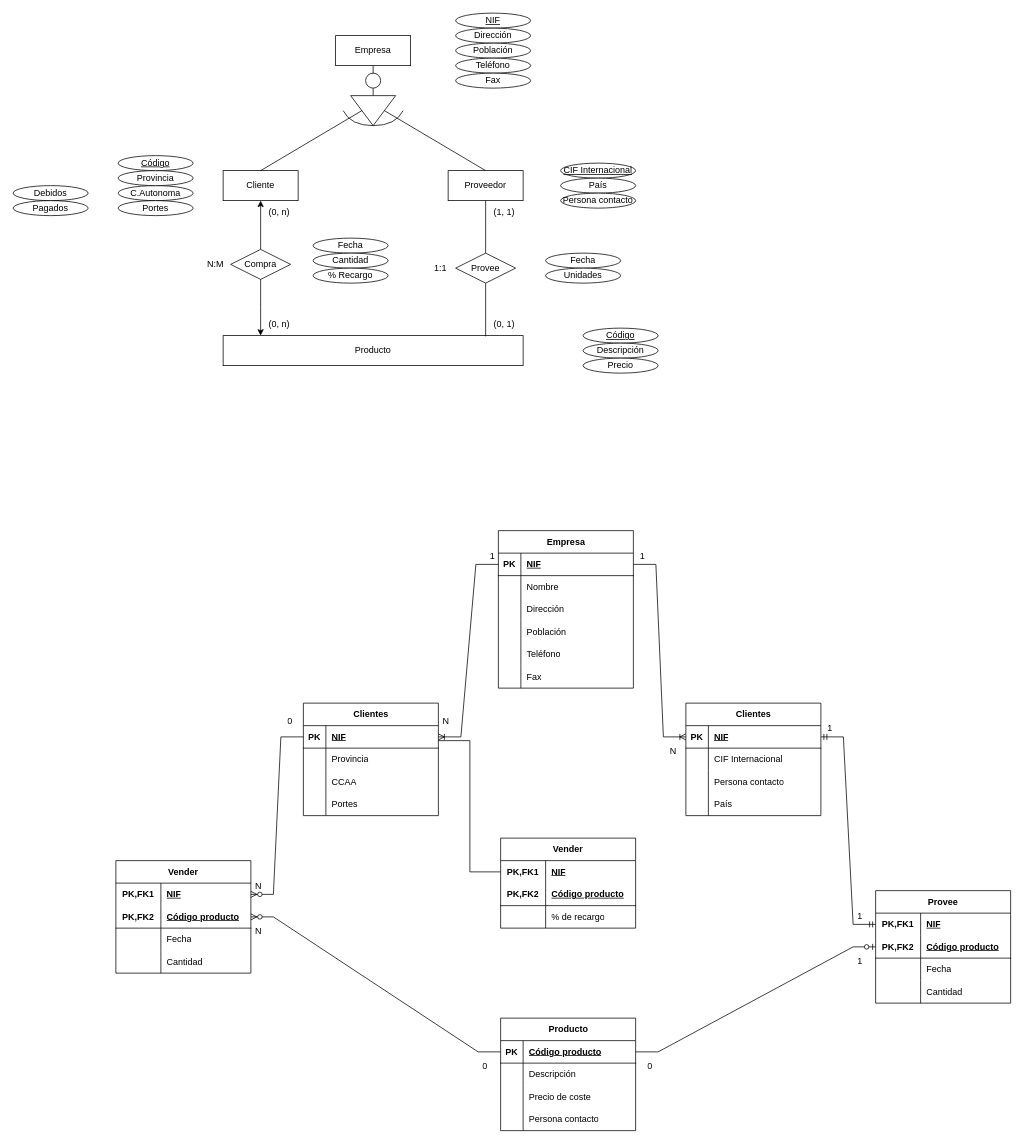
Before: page "Página-3" (3 of 3) of Ejercicios_Repaso.drawio in Lioteronn/erp-diagrams, a draw.io diagram. Source tidied: cells renumbered, new cells numbered last; positions are measured from the earlier drawing's top-left corner, leaving out a move shared by most shapes. Both pictures are drawn from the tidied source at 75%, with x=0, y=0 at pixel (13, 13).
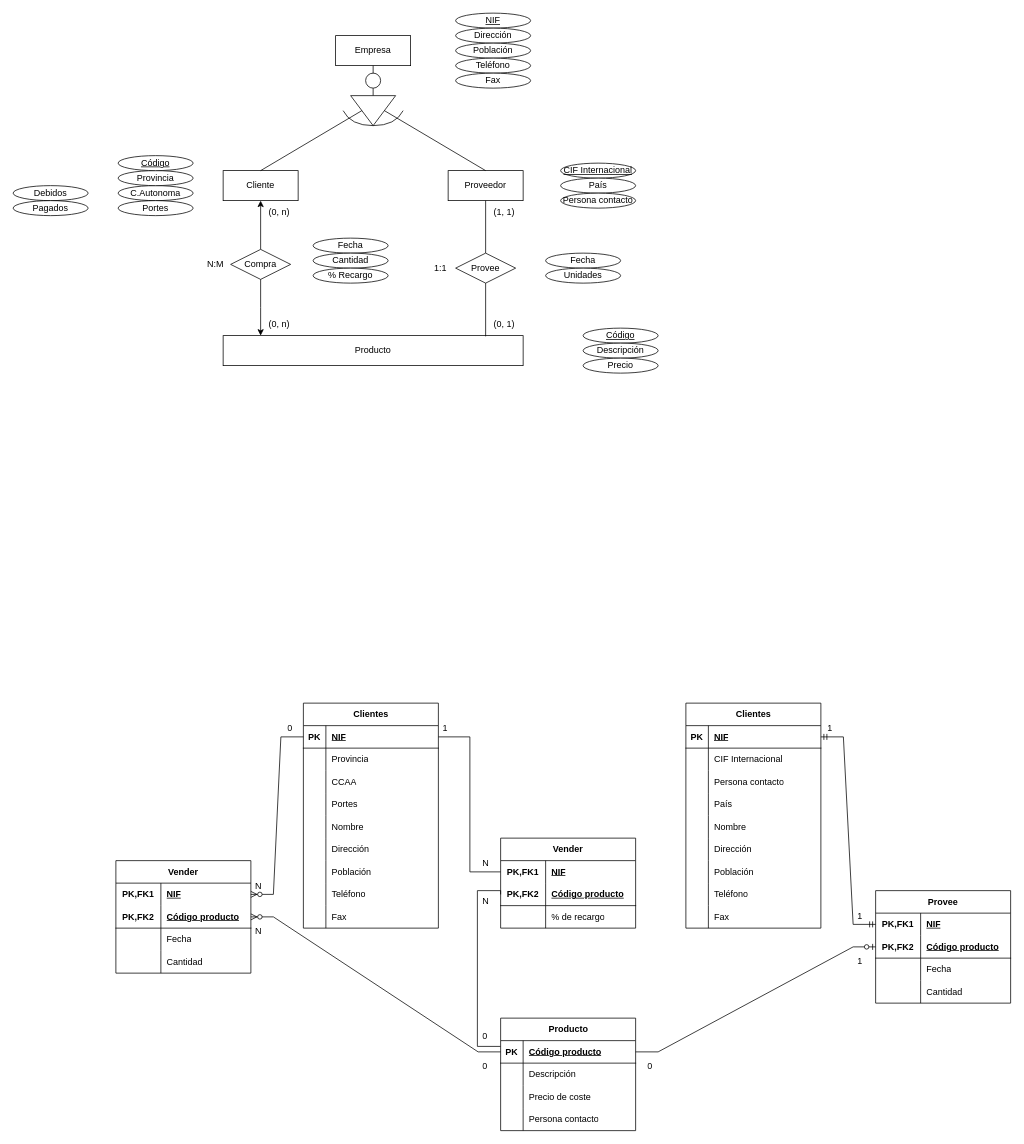
Above is the later version.

The change refers to these unchanged cells:
```xml
<mxCell id="66" style="shape=tableRow;horizontal=0;startSize=0;swimlaneHead=0;swimlaneBody=0;fillColor=none;points=[[0,0.5],[1,0.5]];portConstraint=eastwest;top=0;left=0;right=0;bottom=1;" parent="65" vertex="1">
  <mxGeometry y="30" width="180" height="30" as="geometry" />
</mxCell>
<mxCell id="79" style="shape=tableRow;horizontal=0;startSize=0;swimlaneHead=0;swimlaneBody=0;fillColor=none;points=[[0,0.5],[1,0.5]];portConstraint=eastwest;top=0;left=0;right=0;bottom=1;" parent="78" vertex="1">
  <mxGeometry y="30" width="180" height="30" as="geometry" />
</mxCell>
<mxCell id="94" style="shape=tableRow;horizontal=0;startSize=0;swimlaneHead=0;swimlaneBody=0;fillColor=none;points=[[0,0.5],[1,0.5]];portConstraint=eastwest;top=0;left=0;right=0;bottom=1;" parent="93" vertex="1">
  <mxGeometry y="30" width="180" height="30" as="geometry" />
</mxCell>
<mxCell id="149" style="shape=tableRow;horizontal=0;startSize=0;swimlaneHead=0;swimlaneBody=0;fillColor=none;points=[[0,0.5],[1,0.5]];portConstraint=eastwest;top=0;left=0;right=0;bottom=0;html=1;" parent="148" vertex="1">
  <mxGeometry y="30" width="180" height="30" as="geometry" />
</mxCell>
<mxCell id="152" style="shape=tableRow;horizontal=0;startSize=0;swimlaneHead=0;swimlaneBody=0;fillColor=none;points=[[0,0.5],[1,0.5]];portConstraint=eastwest;top=0;left=0;right=0;bottom=1;html=1;" parent="148" vertex="1">
  <mxGeometry y="60" width="180" height="30" as="geometry" />
</mxCell>
```

What changed in the source:
```diff
@@
-    <mxCell id="46" value="Empresa" style="shape=table;startSize=30;childLayout=tableLayout;rowLines=0;fontStyle=1;align=center;html=1;" parent="1" vertex="1">
-      <mxGeometry x="647" y="690" width="180" height="210" as="geometry" />
-    </mxCell>
-    <mxCell id="47" style="shape=tableRow;horizontal=0;startSize=0;swimlaneHead=0;swimlaneBody=0;fillColor=none;points=[[0,0.5],[1,0.5]];portConstraint=eastwest;top=0;left=0;right=0;bottom=1;" parent="46" vertex="1">
-      <mxGeometry y="30" width="180" height="30" as="geometry" />
-    </mxCell>
-    <mxCell id="48" value="PK" style="shape=partialRectangle;fillColor=none;top=0;left=0;bottom=0;right=0;fontStyle=1;overflow=hidden;whiteSpace=wrap;html=1;" parent="47" vertex="1">
-      <mxGeometry width="30" height="30" as="geometry" />
-    </mxCell>
-    <mxCell id="49" value="NIF" style="shape=partialRectangle;fillColor=none;top=0;left=0;bottom=0;right=0;align=left;spacingLeft=6;fontStyle=5;overflow=hidden;whiteSpace=wrap;html=1;" parent="47" vertex="1">
-      <mxGeometry x="30" width="150" height="30" as="geometry" />
-    </mxCell>
-    <mxCell id="50" style="shape=tableRow;horizontal=0;startSize=0;swimlaneHead=0;swimlaneBody=0;fillColor=none;top=0;left=0;right=0;bottom=0;" parent="46" vertex="1">
-      <mxGeometry y="60" width="180" height="30" as="geometry" />
-    </mxCell>
-    <mxCell id="51" style="shape=partialRectangle;fillColor=none;top=0;left=0;bottom=0;right=0;overflow=hidden;whiteSpace=wrap;html=1;" parent="50" vertex="1">
-      <mxGeometry width="30" height="30" as="geometry" />
-    </mxCell>
-    <mxCell id="52" value="Nombre" style="shape=partialRectangle;fillColor=none;top=0;left=0;bottom=0;right=0;align=left;spacingLeft=6;overflow=hidden;whiteSpace=wrap;html=1;" parent="50" vertex="1">
-      <mxGeometry x="30" width="150" height="30" as="geometry" />
-    </mxCell>
-    <mxCell id="53" style="shape=tableRow;horizontal=0;startSize=0;swimlaneHead=0;swimlaneBody=0;fillColor=none;top=0;left=0;right=0;bottom=0;" parent="46" vertex="1">
-      <mxGeometry y="90" width="180" height="30" as="geometry" />
-    </mxCell>
-    <mxCell id="54" style="shape=partialRectangle;fillColor=none;top=0;left=0;bottom=0;right=0;overflow=hidden;whiteSpace=wrap;html=1;" parent="53" vertex="1">
-      <mxGeometry width="30" height="30" as="geometry" />
-    </mxCell>
-    <mxCell id="55" value="Dirección" style="shape=partialRectangle;fillColor=none;top=0;left=0;bottom=0;right=0;align=left;spacingLeft=6;overflow=hidden;whiteSpace=wrap;html=1;" parent="53" vertex="1">
-      <mxGeometry x="30" width="150" height="30" as="geometry" />
-    </mxCell>
-    <mxCell id="56" style="shape=tableRow;horizontal=0;startSize=0;swimlaneHead=0;swimlaneBody=0;fillColor=none;top=0;left=0;right=0;bottom=0;" parent="46" vertex="1">
-      <mxGeometry y="120" width="180" height="30" as="geometry" />
-    </mxCell>
-    <mxCell id="57" style="shape=partialRectangle;fillColor=none;top=0;left=0;bottom=0;right=0;overflow=hidden;whiteSpace=wrap;html=1;" parent="56" vertex="1">
-      <mxGeometry width="30" height="30" as="geometry" />
-    </mxCell>
-    <mxCell id="58" value="Población" style="shape=partialRectangle;fillColor=none;top=0;left=0;bottom=0;right=0;align=left;spacingLeft=6;overflow=hidden;whiteSpace=wrap;html=1;" parent="56" vertex="1">
-      <mxGeometry x="30" width="150" height="30" as="geometry" />
-    </mxCell>
-    <mxCell id="59" style="shape=tableRow;horizontal=0;startSize=0;swimlaneHead=0;swimlaneBody=0;fillColor=none;top=0;left=0;right=0;bottom=0;" parent="46" vertex="1">
-      <mxGeometry y="150" width="180" height="30" as="geometry" />
-    </mxCell>
-    <mxCell id="60" style="shape=partialRectangle;fillColor=none;top=0;left=0;bottom=0;right=0;overflow=hidden;whiteSpace=wrap;html=1;" parent="59" vertex="1">
-      <mxGeometry width="30" height="30" as="geometry" />
-    </mxCell>
-    <mxCell id="61" value="Teléfono" style="shape=partialRectangle;fillColor=none;top=0;left=0;bottom=0;right=0;align=left;spacingLeft=6;overflow=hidden;whiteSpace=wrap;html=1;" parent="59" vertex="1">
-      <mxGeometry x="30" width="150" height="30" as="geometry" />
-    </mxCell>
-    <mxCell id="62" style="shape=tableRow;horizontal=0;startSize=0;swimlaneHead=0;swimlaneBody=0;fillColor=none;top=0;left=0;right=0;bottom=0;" parent="46" vertex="1">
-      <mxGeometry y="180" width="180" height="30" as="geometry" />
-    </mxCell>
-    <mxCell id="63" style="shape=partialRectangle;fillColor=none;top=0;left=0;bottom=0;right=0;overflow=hidden;whiteSpace=wrap;html=1;" parent="62" vertex="1">
-      <mxGeometry width="30" height="30" as="geometry" />
-    </mxCell>
-    <mxCell id="64" value="Fax" style="shape=partialRectangle;fillColor=none;top=0;left=0;bottom=0;right=0;align=left;spacingLeft=6;overflow=hidden;whiteSpace=wrap;html=1;" parent="62" vertex="1">
-      <mxGeometry x="30" width="150" height="30" as="geometry" />
-    </mxCell>
     <mxCell id="65" value="Clientes" style="shape=table;startSize=30;childLayout=tableLayout;rowLines=0;fontStyle=1;align=center;html=1;" parent="1" vertex="1">
-      <mxGeometry x="387" y="920" width="180" height="150" as="geometry" />
+      <mxGeometry x="387" y="920" width="180" height="300" as="geometry" />
     </mxCell>
@@
+    <mxCell id="159" style="shape=tableRow;horizontal=0;startSize=0;swimlaneHead=0;swimlaneBody=0;fillColor=none;top=0;left=0;right=0;bottom=0;" parent="65" vertex="1">
+      <mxGeometry y="150" width="180" height="30" as="geometry" />
+    </mxCell>
+    <mxCell id="160" style="shape=partialRectangle;fillColor=none;top=0;left=0;bottom=0;right=0;overflow=hidden;whiteSpace=wrap;html=1;" parent="159" vertex="1">
+      <mxGeometry width="30" height="30" as="geometry" />
+    </mxCell>
+    <mxCell id="161" style="shape=partialRectangle;fillColor=none;top=0;left=0;bottom=0;right=0;align=left;spacingLeft=6;overflow=hidden;whiteSpace=wrap;html=1;" parent="159" vertex="1">
+      <mxGeometry x="30" width="150" height="30" as="geometry" />
+    </mxCell>
+    <mxCell id="162" style="shape=tableRow;horizontal=0;startSize=0;swimlaneHead=0;swimlaneBody=0;fillColor=none;top=0;left=0;right=0;bottom=0;" parent="65" vertex="1">
+      <mxGeometry y="180" width="180" height="30" as="geometry" />
+    </mxCell>
+    <mxCell id="163" style="shape=partialRectangle;fillColor=none;top=0;left=0;bottom=0;right=0;overflow=hidden;whiteSpace=wrap;html=1;" parent="162" vertex="1">
+      <mxGeometry width="30" height="30" as="geometry" />
+    </mxCell>
+    <mxCell id="164" style="shape=partialRectangle;fillColor=none;top=0;left=0;bottom=0;right=0;align=left;spacingLeft=6;overflow=hidden;whiteSpace=wrap;html=1;" parent="162" vertex="1">
+      <mxGeometry x="30" width="150" height="30" as="geometry" />
+    </mxCell>
+    <mxCell id="165" style="shape=tableRow;horizontal=0;startSize=0;swimlaneHead=0;swimlaneBody=0;fillColor=none;top=0;left=0;right=0;bottom=0;" parent="65" vertex="1">
+      <mxGeometry y="210" width="180" height="30" as="geometry" />
+    </mxCell>
+    <mxCell id="166" style="shape=partialRectangle;fillColor=none;top=0;left=0;bottom=0;right=0;overflow=hidden;whiteSpace=wrap;html=1;" parent="165" vertex="1">
+      <mxGeometry width="30" height="30" as="geometry" />
+    </mxCell>
+    <mxCell id="167" style="shape=partialRectangle;fillColor=none;top=0;left=0;bottom=0;right=0;align=left;spacingLeft=6;overflow=hidden;whiteSpace=wrap;html=1;" parent="165" vertex="1">
+      <mxGeometry x="30" width="150" height="30" as="geometry" />
+    </mxCell>
+    <mxCell id="168" style="shape=tableRow;horizontal=0;startSize=0;swimlaneHead=0;swimlaneBody=0;fillColor=none;top=0;left=0;right=0;bottom=0;" parent="65" vertex="1">
+      <mxGeometry y="240" width="180" height="30" as="geometry" />
+    </mxCell>
+    <mxCell id="169" style="shape=partialRectangle;fillColor=none;top=0;left=0;bottom=0;right=0;overflow=hidden;whiteSpace=wrap;html=1;" parent="168" vertex="1">
+      <mxGeometry width="30" height="30" as="geometry" />
+    </mxCell>
+    <mxCell id="170" style="shape=partialRectangle;fillColor=none;top=0;left=0;bottom=0;right=0;align=left;spacingLeft=6;overflow=hidden;whiteSpace=wrap;html=1;" parent="168" vertex="1">
+      <mxGeometry x="30" width="150" height="30" as="geometry" />
+    </mxCell>
+    <mxCell id="171" style="shape=tableRow;horizontal=0;startSize=0;swimlaneHead=0;swimlaneBody=0;fillColor=none;top=0;left=0;right=0;bottom=0;" parent="65" vertex="1">
+      <mxGeometry y="270" width="180" height="30" as="geometry" />
+    </mxCell>
+    <mxCell id="172" style="shape=partialRectangle;fillColor=none;top=0;left=0;bottom=0;right=0;overflow=hidden;whiteSpace=wrap;html=1;" parent="171" vertex="1">
+      <mxGeometry width="30" height="30" as="geometry" />
+    </mxCell>
+    <mxCell id="173" style="shape=partialRectangle;fillColor=none;top=0;left=0;bottom=0;right=0;align=left;spacingLeft=6;overflow=hidden;whiteSpace=wrap;html=1;" parent="171" vertex="1">
+      <mxGeometry x="30" width="150" height="30" as="geometry" />
+    </mxCell>
     <mxCell id="78" value="Clientes" style="shape=table;startSize=30;childLayout=tableLayout;rowLines=0;fontStyle=1;align=center;html=1;" parent="1" vertex="1">
-      <mxGeometry x="897" y="920" width="180" height="150" as="geometry" />
+      <mxGeometry x="897" y="920" width="180" height="300" as="geometry" />
     </mxCell>
@@
-    <mxCell id="91" style="edgeStyle=entityRelationEdgeStyle;fontSize=12;html=1;endArrow=ERoneToMany;rounded=0;exitX=1;exitY=0.5;exitDx=0;exitDy=0;entryX=0;entryY=0.5;entryDx=0;entryDy=0;" parent="1" edge="1" source="47" target="79">
-      <mxGeometry relative="1" as="geometry" />
-    </mxCell>
-    <mxCell id="92" style="edgeStyle=entityRelationEdgeStyle;fontSize=12;html=1;endArrow=ERoneToMany;rounded=0;exitX=0;exitY=0.5;exitDx=0;exitDy=0;entryX=1;entryY=0.5;entryDx=0;entryDy=0;" parent="1" edge="1" source="47" target="66">
-      <mxGeometry relative="1" as="geometry" />
-    </mxCell>
+    <mxCell id="174" style="shape=tableRow;horizontal=0;startSize=0;swimlaneHead=0;swimlaneBody=0;fillColor=none;top=0;left=0;right=0;bottom=0;" parent="78" vertex="1">
+      <mxGeometry y="150" width="180" height="30" as="geometry" />
+    </mxCell>
+    <mxCell id="175" style="shape=partialRectangle;fillColor=none;top=0;left=0;bottom=0;right=0;overflow=hidden;whiteSpace=wrap;html=1;" parent="174" vertex="1">
+      <mxGeometry width="30" height="30" as="geometry" />
+    </mxCell>
+    <mxCell id="176" style="shape=partialRectangle;fillColor=none;top=0;left=0;bottom=0;right=0;align=left;spacingLeft=6;overflow=hidden;whiteSpace=wrap;html=1;" parent="174" vertex="1">
+      <mxGeometry x="30" width="150" height="30" as="geometry" />
+    </mxCell>
+    <mxCell id="177" style="shape=tableRow;horizontal=0;startSize=0;swimlaneHead=0;swimlaneBody=0;fillColor=none;top=0;left=0;right=0;bottom=0;" parent="78" vertex="1">
+      <mxGeometry y="180" width="180" height="30" as="geometry" />
+    </mxCell>
+    <mxCell id="178" style="shape=partialRectangle;fillColor=none;top=0;left=0;bottom=0;right=0;overflow=hidden;whiteSpace=wrap;html=1;" parent="177" vertex="1">
+      <mxGeometry width="30" height="30" as="geometry" />
+    </mxCell>
+    <mxCell id="179" style="shape=partialRectangle;fillColor=none;top=0;left=0;bottom=0;right=0;align=left;spacingLeft=6;overflow=hidden;whiteSpace=wrap;html=1;" parent="177" vertex="1">
+      <mxGeometry x="30" width="150" height="30" as="geometry" />
+    </mxCell>
+    <mxCell id="180" style="shape=tableRow;horizontal=0;startSize=0;swimlaneHead=0;swimlaneBody=0;fillColor=none;top=0;left=0;right=0;bottom=0;" parent="78" vertex="1">
+      <mxGeometry y="210" width="180" height="30" as="geometry" />
+    </mxCell>
+    <mxCell id="181" style="shape=partialRectangle;fillColor=none;top=0;left=0;bottom=0;right=0;overflow=hidden;whiteSpace=wrap;html=1;" parent="180" vertex="1">
+      <mxGeometry width="30" height="30" as="geometry" />
+    </mxCell>
+    <mxCell id="182" style="shape=partialRectangle;fillColor=none;top=0;left=0;bottom=0;right=0;align=left;spacingLeft=6;overflow=hidden;whiteSpace=wrap;html=1;" parent="180" vertex="1">
+      <mxGeometry x="30" width="150" height="30" as="geometry" />
+    </mxCell>
+    <mxCell id="183" style="shape=tableRow;horizontal=0;startSize=0;swimlaneHead=0;swimlaneBody=0;fillColor=none;top=0;left=0;right=0;bottom=0;" parent="78" vertex="1">
+      <mxGeometry y="240" width="180" height="30" as="geometry" />
+    </mxCell>
+    <mxCell id="184" style="shape=partialRectangle;fillColor=none;top=0;left=0;bottom=0;right=0;overflow=hidden;whiteSpace=wrap;html=1;" parent="183" vertex="1">
+      <mxGeometry width="30" height="30" as="geometry" />
+    </mxCell>
+    <mxCell id="185" style="shape=partialRectangle;fillColor=none;top=0;left=0;bottom=0;right=0;align=left;spacingLeft=6;overflow=hidden;whiteSpace=wrap;html=1;" parent="183" vertex="1">
+      <mxGeometry x="30" width="150" height="30" as="geometry" />
+    </mxCell>
+    <mxCell id="186" style="shape=tableRow;horizontal=0;startSize=0;swimlaneHead=0;swimlaneBody=0;fillColor=none;top=0;left=0;right=0;bottom=0;" parent="78" vertex="1">
+      <mxGeometry y="270" width="180" height="30" as="geometry" />
+    </mxCell>
+    <mxCell id="187" style="shape=partialRectangle;fillColor=none;top=0;left=0;bottom=0;right=0;overflow=hidden;whiteSpace=wrap;html=1;" parent="186" vertex="1">
+      <mxGeometry width="30" height="30" as="geometry" />
+    </mxCell>
+    <mxCell id="188" style="shape=partialRectangle;fillColor=none;top=0;left=0;bottom=0;right=0;align=left;spacingLeft=6;overflow=hidden;whiteSpace=wrap;html=1;" parent="186" vertex="1">
+      <mxGeometry x="30" width="150" height="30" as="geometry" />
+    </mxCell>
@@
-    <mxCell id="136" value="1" style="text;strokeColor=none;fillColor=none;spacingLeft=4;spacingRight=4;overflow=hidden;fontSize=12;whiteSpace=wrap;html=1;" parent="1" vertex="1">
-      <mxGeometry x="830" y="710" width="40" height="30" as="geometry" />
-    </mxCell>
-    <mxCell id="137" value="N" style="text;strokeColor=none;fillColor=none;spacingLeft=4;spacingRight=4;overflow=hidden;fontSize=12;whiteSpace=wrap;html=1;" parent="1" vertex="1">
-      <mxGeometry x="870" y="970" width="40" height="30" as="geometry" />
-    </mxCell>
-    <mxCell id="138" value="N" style="text;strokeColor=none;fillColor=none;spacingLeft=4;spacingRight=4;overflow=hidden;fontSize=12;whiteSpace=wrap;html=1;" parent="1" vertex="1">
-      <mxGeometry x="567" y="930" width="40" height="30" as="geometry" />
-    </mxCell>
-    <mxCell id="139" value="1" style="text;strokeColor=none;fillColor=none;spacingLeft=4;spacingRight=4;overflow=hidden;fontSize=12;whiteSpace=wrap;html=1;" parent="1" vertex="1">
-      <mxGeometry x="630" y="710" width="40" height="30" as="geometry" />
-    </mxCell>
@@
     <mxCell id="147" value="0" style="text;strokeColor=none;fillColor=none;spacingLeft=4;spacingRight=4;overflow=hidden;fontSize=12;whiteSpace=wrap;html=1;" parent="1" vertex="1">
-      <mxGeometry x="360" y="930" width="40" height="30" as="geometry" />
+      <mxGeometry x="360" y="940" width="40" height="30" as="geometry" />
     </mxCell>
@@
-    <mxCell id="158" style="edgeStyle=orthogonalEdgeStyle;rounded=0;jettySize=auto;html=1;entryX=0;entryY=0.5;entryDx=0;entryDy=0;endArrow=none;endFill=0;" parent="1" edge="1" source="66" target="149">
+    <mxCell id="158" style="edgeStyle=orthogonalEdgeStyle;rounded=0;jettySize=auto;html=1;entryX=0;entryY=0.5;entryDx=0;entryDy=0;endArrow=none;endFill=0;exitX=1;exitY=0.5;exitDx=0;exitDy=0;" parent="1" edge="1" source="66" target="149">
       <mxGeometry relative="1" as="geometry">
         <Array as="points">
-          <mxPoint x="609" y="970" />
+          <mxPoint x="609" y="965" />
           <mxPoint x="609" y="1145" />
         </Array>
       </mxGeometry>
     </mxCell>
+    <mxCell id="189" style="edgeStyle=orthogonalEdgeStyle;rounded=0;jettySize=auto;html=1;entryX=0;entryY=0.5;entryDx=0;entryDy=0;endArrow=none;endFill=0;exitX=-0.001;exitY=0.257;exitDx=0;exitDy=0;exitPerimeter=0;" parent="1" edge="1" source="94" target="152">
+      <mxGeometry relative="1" as="geometry">
+        <Array as="points">
+          <mxPoint x="619" y="1378" />
+          <mxPoint x="619" y="1170" />
+          <mxPoint x="650" y="1170" />
+        </Array>
+      </mxGeometry>
+    </mxCell>
+    <mxCell id="190" value="0" style="text;strokeColor=none;fillColor=none;spacingLeft=4;spacingRight=4;overflow=hidden;fontSize=12;whiteSpace=wrap;html=1;" parent="1" vertex="1">
+      <mxGeometry x="620" y="1350" width="40" height="30" as="geometry" />
+    </mxCell>
+    <mxCell id="191" value="N" style="text;strokeColor=none;fillColor=none;spacingLeft=4;spacingRight=4;overflow=hidden;fontSize=12;whiteSpace=wrap;html=1;" parent="1" vertex="1">
+      <mxGeometry x="620" y="1170" width="40" height="30" as="geometry" />
+    </mxCell>
+    <mxCell id="192" value="N" style="text;strokeColor=none;fillColor=none;spacingLeft=4;spacingRight=4;overflow=hidden;fontSize=12;whiteSpace=wrap;html=1;" parent="1" vertex="1">
+      <mxGeometry x="620" y="1120" width="40" height="30" as="geometry" />
+    </mxCell>
+    <mxCell id="193" value="1" style="text;strokeColor=none;fillColor=none;spacingLeft=4;spacingRight=4;overflow=hidden;fontSize=12;whiteSpace=wrap;html=1;" parent="1" vertex="1">
+      <mxGeometry x="567" y="940" width="40" height="30" as="geometry" />
+    </mxCell>
+    <mxCell id="194" value="Nombre" style="shape=partialRectangle;fillColor=none;top=0;left=0;bottom=0;right=0;align=left;spacingLeft=6;overflow=hidden;whiteSpace=wrap;html=1;" parent="1" vertex="1">
+      <mxGeometry x="417" y="1070" width="150" height="30" as="geometry" />
+    </mxCell>
+    <mxCell id="195" value="Dirección" style="shape=partialRectangle;fillColor=none;top=0;left=0;bottom=0;right=0;align=left;spacingLeft=6;overflow=hidden;whiteSpace=wrap;html=1;" parent="1" vertex="1">
+      <mxGeometry x="417" y="1100" width="150" height="30" as="geometry" />
+    </mxCell>
+    <mxCell id="196" value="Población" style="shape=partialRectangle;fillColor=none;top=0;left=0;bottom=0;right=0;align=left;spacingLeft=6;overflow=hidden;whiteSpace=wrap;html=1;" parent="1" vertex="1">
+      <mxGeometry x="417" y="1130" width="150" height="30" as="geometry" />
+    </mxCell>
+    <mxCell id="197" value="Teléfono" style="shape=partialRectangle;fillColor=none;top=0;left=0;bottom=0;right=0;align=left;spacingLeft=6;overflow=hidden;whiteSpace=wrap;html=1;" parent="1" vertex="1">
+      <mxGeometry x="417" y="1160" width="150" height="30" as="geometry" />
+    </mxCell>
+    <mxCell id="198" value="Fax" style="shape=partialRectangle;fillColor=none;top=0;left=0;bottom=0;right=0;align=left;spacingLeft=6;overflow=hidden;whiteSpace=wrap;html=1;" parent="1" vertex="1">
+      <mxGeometry x="417" y="1190" width="150" height="30" as="geometry" />
+    </mxCell>
+    <mxCell id="199" value="Nombre" style="shape=partialRectangle;fillColor=none;top=0;left=0;bottom=0;right=0;align=left;spacingLeft=6;overflow=hidden;whiteSpace=wrap;html=1;" parent="1" vertex="1">
+      <mxGeometry x="927" y="1070" width="150" height="30" as="geometry" />
+    </mxCell>
+    <mxCell id="200" value="Dirección" style="shape=partialRectangle;fillColor=none;top=0;left=0;bottom=0;right=0;align=left;spacingLeft=6;overflow=hidden;whiteSpace=wrap;html=1;" parent="1" vertex="1">
+      <mxGeometry x="927" y="1100" width="150" height="30" as="geometry" />
+    </mxCell>
+    <mxCell id="201" value="Población" style="shape=partialRectangle;fillColor=none;top=0;left=0;bottom=0;right=0;align=left;spacingLeft=6;overflow=hidden;whiteSpace=wrap;html=1;" parent="1" vertex="1">
+      <mxGeometry x="927" y="1130" width="150" height="30" as="geometry" />
+    </mxCell>
+    <mxCell id="202" value="Teléfono" style="shape=partialRectangle;fillColor=none;top=0;left=0;bottom=0;right=0;align=left;spacingLeft=6;overflow=hidden;whiteSpace=wrap;html=1;" parent="1" vertex="1">
+      <mxGeometry x="927" y="1160" width="150" height="30" as="geometry" />
+    </mxCell>
+    <mxCell id="203" value="Fax" style="shape=partialRectangle;fillColor=none;top=0;left=0;bottom=0;right=0;align=left;spacingLeft=6;overflow=hidden;whiteSpace=wrap;html=1;" parent="1" vertex="1">
+      <mxGeometry x="927" y="1190" width="150" height="30" as="geometry" />
+    </mxCell>
```
